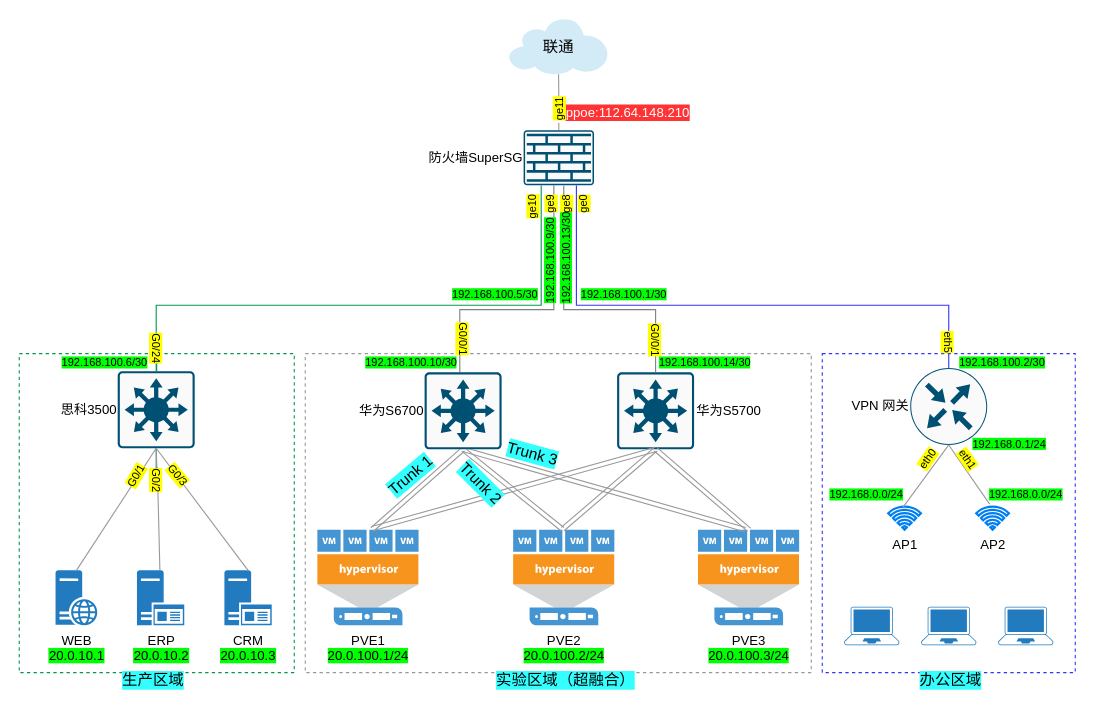
The draw.io diagram page "实验环境拓扑图" (5 of 5) of Untitled Diagram.drawio in ahhfltj/cloud, before the edit. Source tidied: cells renumbered, new cells numbered last; positions are measured from the earlier drawing's top-left corner, leaving out a move shared by most shapes. Both pictures are drawn from the tidied source at 110%, with x=0, y=0 at pixel (19, 19).
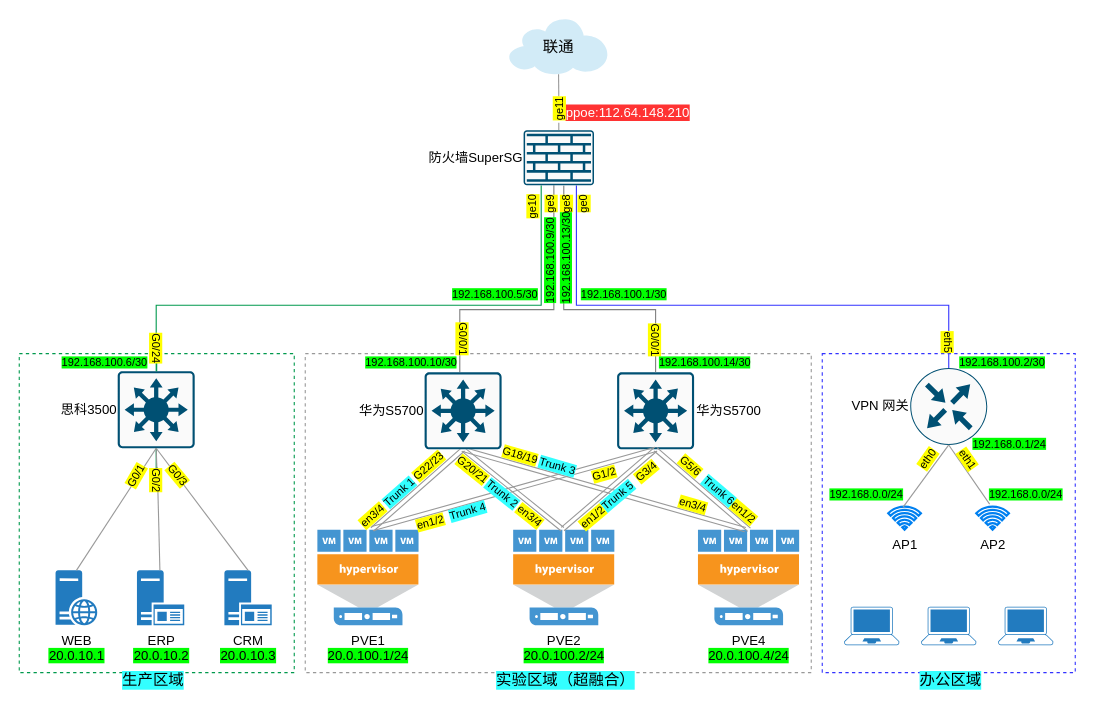
After the change.

Diff of the diagram source:
```diff
@@
-    <mxCell id="16" value="PVE3&lt;br&gt;&lt;span style=&quot;background-color: rgb(0 , 255 , 0)&quot;&gt;20.0.100.3/24&lt;/span&gt;" style="shadow=0;dashed=0;html=1;strokeColor=none;fillColor=#4495D1;labelPosition=center;verticalLabelPosition=bottom;verticalAlign=top;align=center;outlineConnect=5;shape=mxgraph.veeam.virtual_host;sketch=0;" parent="1" vertex="1">
+    <mxCell id="16" value="PVE4&lt;br&gt;&lt;span style=&quot;background-color: rgb(0 , 255 , 0)&quot;&gt;20.0.100.4/24&lt;/span&gt;" style="shadow=0;dashed=0;html=1;strokeColor=none;fillColor=#4495D1;labelPosition=center;verticalLabelPosition=bottom;verticalAlign=top;align=center;outlineConnect=5;shape=mxgraph.veeam.virtual_host;sketch=0;" parent="1" vertex="1">
       <mxGeometry x="617" y="464" width="92" height="87" as="geometry" />
     </mxCell>
@@
-    <mxCell id="58" value="&lt;div&gt;&lt;font face=&quot;helvetica&quot;&gt;&lt;span style=&quot;font-size: 14px&quot;&gt;Trunk 1&lt;/span&gt;&lt;/font&gt;&lt;/div&gt;" style="text;whiteSpace=wrap;html=1;labelBackgroundColor=#33FFFF;align=center;verticalAlign=middle;rounded=1;glass=0;shadow=0;rotation=-40;" parent="1" vertex="1">
-      <mxGeometry x="330.5" y="400" width="50" height="30" as="geometry" />
+    <mxCell id="58" value="&lt;div style=&quot;font-size: 10px;&quot;&gt;&lt;font face=&quot;helvetica&quot; style=&quot;font-size: 10px;&quot;&gt;&lt;span style=&quot;font-size: 10px;&quot;&gt;Trunk 1&lt;/span&gt;&lt;/font&gt;&lt;/div&gt;" style="text;whiteSpace=wrap;html=1;labelBackgroundColor=#33FFFF;align=center;verticalAlign=middle;rounded=1;glass=0;shadow=0;rotation=-41.4;fontSize=10;" parent="1" vertex="1">
+      <mxGeometry x="327" y="421" width="36.5" height="18" as="geometry" />
     </mxCell>
-    <mxCell id="59" value="&lt;div&gt;&lt;font face=&quot;helvetica&quot;&gt;&lt;span style=&quot;font-size: 14px&quot;&gt;Trunk 2&lt;/span&gt;&lt;/font&gt;&lt;/div&gt;" style="text;whiteSpace=wrap;html=1;labelBackgroundColor=#33FFFF;align=center;verticalAlign=middle;rounded=1;glass=0;shadow=0;rotation=45;" parent="1" vertex="1">
-      <mxGeometry x="395" y="407" width="50" height="30" as="geometry" />
+    <mxCell id="59" value="&lt;div style=&quot;font-size: 10px;&quot;&gt;&lt;font face=&quot;helvetica&quot; style=&quot;font-size: 10px;&quot;&gt;&lt;span style=&quot;font-size: 10px;&quot;&gt;Trunk 2&lt;/span&gt;&lt;/font&gt;&lt;/div&gt;" style="text;whiteSpace=wrap;html=1;labelBackgroundColor=#33FFFF;align=center;verticalAlign=middle;rounded=1;glass=0;shadow=0;rotation=38.7;fontSize=10;" parent="1" vertex="1">
+      <mxGeometry x="419.5" y="425" width="40" height="12" as="geometry" />
     </mxCell>
-    <mxCell id="60" value="&lt;div&gt;&lt;font face=&quot;helvetica&quot;&gt;&lt;span style=&quot;font-size: 14px&quot;&gt;Trunk 3&lt;/span&gt;&lt;/font&gt;&lt;/div&gt;" style="text;whiteSpace=wrap;html=1;labelBackgroundColor=#33FFFF;align=center;verticalAlign=middle;rounded=1;glass=0;shadow=0;rotation=15;" parent="1" vertex="1">
-      <mxGeometry x="441.5" y="380" width="50" height="30" as="geometry" />
+    <mxCell id="60" value="&lt;div style=&quot;font-size: 10px;&quot;&gt;&lt;font face=&quot;helvetica&quot; style=&quot;font-size: 10px;&quot;&gt;&lt;span style=&quot;font-size: 10px;&quot;&gt;Trunk 3&lt;/span&gt;&lt;/font&gt;&lt;/div&gt;" style="text;whiteSpace=wrap;html=1;labelBackgroundColor=#33FFFF;align=center;verticalAlign=middle;rounded=1;glass=0;shadow=0;rotation=16.1;fontSize=10;" parent="1" vertex="1">
+      <mxGeometry x="468" y="394" width="44.1" height="23" as="geometry" />
     </mxCell>
-    <mxCell id="61" value="华为S6700" style="points=[[0.015,0.015,0],[0.985,0.015,0],[0.985,0.985,0],[0.015,0.985,0],[0.25,0,0],[0.5,0,0],[0.75,0,0],[1,0.25,0],[1,0.5,0],[1,0.75,0],[0.75,1,0],[0.5,1,0],[0.25,1,0],[0,0.75,0],[0,0.5,0],[0,0.25,0]];verticalLabelPosition=middle;html=1;verticalAlign=middle;align=right;shape=mxgraph.cisco19.rect;prIcon=l3_switch;fillColor=#FAFAFA;strokeColor=#005073;labelPosition=left;" parent="1" vertex="1">
+    <mxCell id="61" value="华为S5700" style="points=[[0.015,0.015,0],[0.985,0.015,0],[0.985,0.985,0],[0.015,0.985,0],[0.25,0,0],[0.5,0,0],[0.75,0,0],[1,0.25,0],[1,0.5,0],[1,0.75,0],[0.75,1,0],[0.5,1,0],[0.25,1,0],[0,0.75,0],[0,0.5,0],[0,0.25,0]];verticalLabelPosition=middle;html=1;verticalAlign=middle;align=right;shape=mxgraph.cisco19.rect;prIcon=l3_switch;fillColor=#FAFAFA;strokeColor=#005073;labelPosition=left;" parent="1" vertex="1">
       <mxGeometry x="368.5" y="321" width="70" height="70" as="geometry" />
     </mxCell>
@@
+    <mxCell id="73" value="&lt;div style=&quot;font-size: 10px&quot;&gt;en1/2&lt;/div&gt;" style="text;whiteSpace=wrap;html=1;horizontal=0;align=center;verticalAlign=middle;labelBackgroundColor=#FFFF00;fontSize=10;rotation=74.8;" parent="1" vertex="1">
+      <mxGeometry x="366" y="445" width="16" height="24" as="geometry" />
+    </mxCell>
+    <mxCell id="74" value="&lt;div style=&quot;font-size: 10px&quot;&gt;en3/4&lt;/div&gt;" style="text;whiteSpace=wrap;html=1;horizontal=0;align=center;verticalAlign=middle;labelBackgroundColor=#FFFF00;fontSize=10;rotation=48.3;" parent="1" vertex="1">
+      <mxGeometry x="313.2" y="439" width="16" height="24" as="geometry" />
+    </mxCell>
+    <mxCell id="75" value="&lt;div style=&quot;font-size: 10px&quot;&gt;en1/2&lt;/div&gt;" style="text;whiteSpace=wrap;html=1;horizontal=0;align=center;verticalAlign=middle;labelBackgroundColor=#FFFF00;fontSize=10;rotation=50;" parent="1" vertex="1">
+      <mxGeometry x="512.5" y="440.5" width="16" height="24" as="geometry" />
+    </mxCell>
+    <mxCell id="76" value="&lt;div style=&quot;font-size: 10px&quot;&gt;en3/4&lt;/div&gt;" style="text;whiteSpace=wrap;html=1;horizontal=0;align=center;verticalAlign=middle;labelBackgroundColor=#FFFF00;fontSize=10;rotation=128.7;" parent="1" vertex="1">
+      <mxGeometry x="456.5" y="439" width="16" height="24" as="geometry" />
+    </mxCell>
+    <mxCell id="77" value="&lt;div style=&quot;font-size: 10px&quot;&gt;en1/2&lt;/div&gt;" style="text;whiteSpace=wrap;html=1;horizontal=0;align=center;verticalAlign=middle;labelBackgroundColor=#FFFF00;fontSize=10;rotation=130.6;" parent="1" vertex="1">
+      <mxGeometry x="651.3" y="436.3" width="16" height="24" as="geometry" />
+    </mxCell>
+    <mxCell id="78" value="&lt;div style=&quot;font-size: 10px&quot;&gt;en3/4&lt;/div&gt;" style="text;whiteSpace=wrap;html=1;horizontal=0;align=center;verticalAlign=middle;labelBackgroundColor=#FFFF00;fontSize=10;rotation=106.1;" parent="1" vertex="1">
+      <mxGeometry x="605" y="429" width="16" height="24" as="geometry" />
+    </mxCell>
+    <mxCell id="79" value="&lt;div style=&quot;font-size: 10px&quot;&gt;G22/23&lt;/div&gt;" style="text;whiteSpace=wrap;html=1;horizontal=0;align=center;verticalAlign=middle;labelBackgroundColor=#FFFF00;fontSize=10;rotation=48.900000000000006;" parent="1" vertex="1">
+      <mxGeometry x="364" y="393.9" width="16" height="24" as="geometry" />
+    </mxCell>
+    <mxCell id="80" value="&lt;div style=&quot;font-size: 10px&quot;&gt;G20/21&lt;/div&gt;" style="text;whiteSpace=wrap;html=1;horizontal=0;align=center;verticalAlign=middle;labelBackgroundColor=#FFFF00;fontSize=10;rotation=128.9;" parent="1" vertex="1">
+      <mxGeometry x="404.5" y="397" width="16" height="24" as="geometry" />
+    </mxCell>
+    <mxCell id="81" value="&lt;div style=&quot;font-size: 10px&quot;&gt;G18/19&lt;/div&gt;" style="text;whiteSpace=wrap;html=1;horizontal=0;align=center;verticalAlign=middle;labelBackgroundColor=#FFFF00;fontSize=10;rotation=105.8;" parent="1" vertex="1">
+      <mxGeometry x="447.5" y="384" width="16" height="24" as="geometry" />
+    </mxCell>
+    <mxCell id="82" value="&lt;div style=&quot;font-size: 10px&quot;&gt;&lt;font face=&quot;helvetica&quot; style=&quot;font-size: 10px&quot;&gt;&lt;span style=&quot;font-size: 10px&quot;&gt;Trunk 4&lt;/span&gt;&lt;/font&gt;&lt;/div&gt;" style="text;whiteSpace=wrap;html=1;labelBackgroundColor=#33FFFF;align=center;verticalAlign=middle;rounded=1;glass=0;shadow=0;rotation=-15.9;fontSize=10;" parent="1" vertex="1">
+      <mxGeometry x="387.1" y="438.3" width="41.5" height="18" as="geometry" />
+    </mxCell>
+    <mxCell id="83" value="&lt;div style=&quot;font-size: 10px&quot;&gt;&lt;font face=&quot;helvetica&quot; style=&quot;font-size: 10px&quot;&gt;&lt;span style=&quot;font-size: 10px&quot;&gt;Trunk 5&lt;/span&gt;&lt;/font&gt;&lt;/div&gt;" style="text;whiteSpace=wrap;html=1;labelBackgroundColor=#33FFFF;align=center;verticalAlign=middle;rounded=1;glass=0;shadow=0;rotation=-40;fontSize=10;" parent="1" vertex="1">
+      <mxGeometry x="519" y="417.9" width="50" height="30" as="geometry" />
+    </mxCell>
+    <mxCell id="84" value="&lt;div style=&quot;font-size: 10px&quot;&gt;&lt;font face=&quot;helvetica&quot; style=&quot;font-size: 10px&quot;&gt;&lt;span style=&quot;font-size: 10px&quot;&gt;Trunk 6&lt;/span&gt;&lt;/font&gt;&lt;/div&gt;" style="text;whiteSpace=wrap;html=1;labelBackgroundColor=#33FFFF;align=center;verticalAlign=middle;rounded=1;glass=0;shadow=0;rotation=40.4;fontSize=10;" parent="1" vertex="1">
+      <mxGeometry x="614.5" y="418" width="43.5" height="20" as="geometry" />
+    </mxCell>
+    <mxCell id="85" value="&lt;div style=&quot;font-size: 10px&quot;&gt;G1/2&lt;/div&gt;" style="text;whiteSpace=wrap;html=1;horizontal=0;align=center;verticalAlign=middle;labelBackgroundColor=#FFFF00;fontSize=10;rotation=74.3;" parent="1" vertex="1">
+      <mxGeometry x="524" y="401" width="16" height="24" as="geometry" />
+    </mxCell>
+    <mxCell id="86" value="&lt;div style=&quot;font-size: 10px&quot;&gt;G3/4&lt;/div&gt;" style="text;whiteSpace=wrap;html=1;horizontal=0;align=center;verticalAlign=middle;labelBackgroundColor=#FFFF00;fontSize=10;rotation=50;" parent="1" vertex="1">
+      <mxGeometry x="562" y="399" width="16" height="24" as="geometry" />
+    </mxCell>
+    <mxCell id="87" value="&lt;div style=&quot;font-size: 10px&quot;&gt;G5/6&lt;/div&gt;" style="text;whiteSpace=wrap;html=1;horizontal=0;align=center;verticalAlign=middle;labelBackgroundColor=#FFFF00;fontSize=10;rotation=130.8;" parent="1" vertex="1">
+      <mxGeometry x="603" y="394" width="16" height="24" as="geometry" />
+    </mxCell>
```
